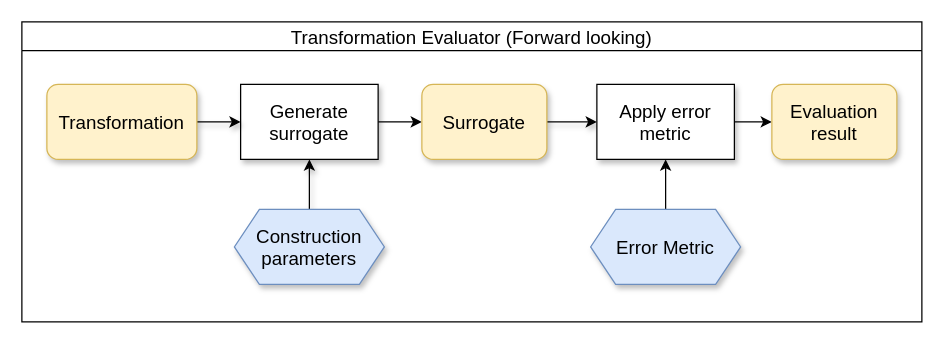
Above: graphics/TransformationEval.drawio in crschnick/Master-Thesis (draw.io), before the change. Source tidied: cells renumbered, new cells numbered last; positions are measured from the earlier drawing's top-left corner, leaving out a move shared by most shapes. Both pictures are drawn from the tidied source at 125%, with x=0, y=0 at pixel (21, 21).
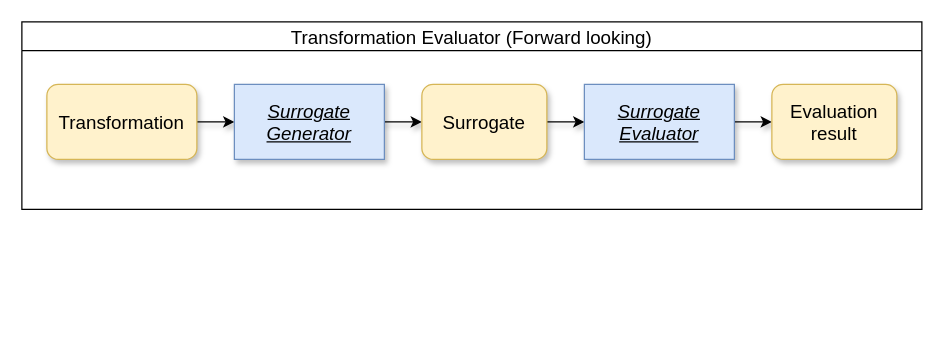
The same page after the edit.

Change to the diagram source:
```diff
@@
 <mxGraphModel>
   <root>
     <mxCell id="0" />
     <mxCell id="1" parent="0" />
     <mxCell id="2" value="Transformation Evaluator (Forward looking)" style="swimlane;sketch=0;startSize=23;fontSize=15;fontStyle=0;" parent="1" vertex="1">
-      <mxGeometry width="720" height="240" as="geometry" />
+      <mxGeometry width="720" height="150" as="geometry" />
     </mxCell>
-    <mxCell id="3" style="edgeStyle=orthogonalEdgeStyle;rounded=0;jettySize=auto;html=1;entryX=0;entryY=0.5;entryDx=0;entryDy=0;" parent="2" edge="1" source="4" target="8">
-      <mxGeometry relative="1" as="geometry" />
+    <mxCell id="3" style="edgeStyle=orthogonalEdgeStyle;rounded=0;jettySize=auto;html=1;entryX=0;entryY=0.5;entryDx=0;entryDy=0;shadow=1;" parent="2" edge="1" target="8">
+      <mxGeometry relative="1" as="geometry">
+        <mxPoint x="285" y="80" as="sourcePoint" />
+      </mxGeometry>
     </mxCell>
-    <mxCell id="4" value="Generate surrogate" style="rounded=0;whiteSpace=wrap;html=1;sketch=0;fontSize=15;shadow=1;" parent="2" vertex="1">
-      <mxGeometry x="175" y="50" width="110" height="60" as="geometry" />
-    </mxCell>
-    <mxCell id="5" style="edgeStyle=orthogonalEdgeStyle;rounded=0;jettySize=auto;html=1;entryX=0;entryY=0.5;entryDx=0;entryDy=0;fontSize=15;shadow=1;" parent="2" edge="1" source="6" target="4">
+    <mxCell id="5" style="edgeStyle=orthogonalEdgeStyle;rounded=0;jettySize=auto;html=1;entryX=0;entryY=0.5;entryDx=0;entryDy=0;fontSize=15;shadow=1;" parent="2" edge="1" source="6" target="16">
       <mxGeometry relative="1" as="geometry" />
     </mxCell>
     <mxCell id="6" value="&lt;font style=&quot;font-size: 15px;&quot;&gt;Transformation&lt;/font&gt;" style="rounded=1;whiteSpace=wrap;html=1;sketch=0;fontSize=15;fillColor=#fff2cc;strokeColor=#d6b656;shadow=1;" parent="2" vertex="1">
       <mxGeometry x="20" y="50" width="120" height="60" as="geometry" />
     </mxCell>
-    <mxCell id="7" style="edgeStyle=orthogonalEdgeStyle;rounded=0;jettySize=auto;html=1;entryX=0;entryY=0.5;entryDx=0;entryDy=0;fontSize=15;shadow=1;" parent="2" edge="1" source="8" target="10">
+    <mxCell id="7" style="edgeStyle=orthogonalEdgeStyle;rounded=0;jettySize=auto;html=1;entryX=0;entryY=0.5;entryDx=0;entryDy=0;fontSize=15;shadow=1;" parent="2" edge="1" source="8" target="17">
       <mxGeometry relative="1" as="geometry" />
     </mxCell>
     <mxCell id="8" value="&lt;font style=&quot;font-size: 15px;&quot;&gt;Surrogate&lt;/font&gt;" style="rounded=1;whiteSpace=wrap;html=1;sketch=0;fontSize=15;fillColor=#fff2cc;strokeColor=#d6b656;shadow=1;" parent="2" vertex="1">
       <mxGeometry x="320" y="50" width="100" height="60" as="geometry" />
     </mxCell>
-    <mxCell id="9" style="edgeStyle=orthogonalEdgeStyle;rounded=0;jettySize=auto;html=1;entryX=0;entryY=0.5;entryDx=0;entryDy=0;" parent="2" edge="1" source="10" target="11">
-      <mxGeometry relative="1" as="geometry" />
+    <mxCell id="9" style="edgeStyle=orthogonalEdgeStyle;rounded=0;jettySize=auto;html=1;entryX=0;entryY=0.5;entryDx=0;entryDy=0;shadow=1;" parent="2" edge="1" target="11">
+      <mxGeometry relative="1" as="geometry">
+        <mxPoint x="570" y="80" as="sourcePoint" />
+      </mxGeometry>
     </mxCell>
-    <mxCell id="10" value="Apply error metric" style="rounded=0;whiteSpace=wrap;html=1;sketch=0;fontSize=15;shadow=1;" parent="2" vertex="1">
-      <mxGeometry x="460" y="50" width="110" height="60" as="geometry" />
-    </mxCell>
     <mxCell id="11" value="&lt;font style=&quot;font-size: 15px&quot;&gt;Evaluation result&lt;/font&gt;" style="rounded=1;whiteSpace=wrap;html=1;sketch=0;fontSize=15;fillColor=#fff2cc;strokeColor=#d6b656;shadow=1;" parent="2" vertex="1">
       <mxGeometry x="600" y="50" width="100" height="60" as="geometry" />
     </mxCell>
-    <mxCell id="12" style="edgeStyle=orthogonalEdgeStyle;rounded=0;jettySize=auto;html=1;entryX=0.5;entryY=1;entryDx=0;entryDy=0;fontSize=15;shadow=1;" parent="2" edge="1" source="13" target="4">
-      <mxGeometry relative="1" as="geometry" />
-    </mxCell>
-    <mxCell id="13" value="&lt;span&gt;Construction&lt;/span&gt;&lt;br&gt;&lt;span&gt;parameters&lt;/span&gt;" style="shape=hexagon;perimeter=hexagonPerimeter2;whiteSpace=wrap;html=1;fixedSize=1;fontSize=15;fillColor=#dae8fc;strokeColor=#6c8ebf;shadow=1;" parent="2" vertex="1">
-      <mxGeometry x="170" y="150" width="120" height="60" as="geometry" />
-    </mxCell>
-    <mxCell id="14" style="edgeStyle=orthogonalEdgeStyle;rounded=0;jettySize=auto;html=1;" parent="2" edge="1" source="15" target="10">
-      <mxGeometry relative="1" as="geometry" />
-    </mxCell>
-    <mxCell id="15" value="Error Metric" style="shape=hexagon;perimeter=hexagonPerimeter2;whiteSpace=wrap;html=1;fixedSize=1;fontSize=15;fillColor=#dae8fc;strokeColor=#6c8ebf;shadow=1;" parent="2" vertex="1">
-      <mxGeometry x="455" y="150" width="120" height="60" as="geometry" />
-    </mxCell>
+    <mxCell id="16" value="&lt;u style=&quot;font-size: 15px&quot;&gt;&lt;i style=&quot;font-size: 15px&quot;&gt;Surrogate Generator&lt;/i&gt;&lt;/u&gt;" style="rounded=0;whiteSpace=wrap;html=1;sketch=0;fillColor=#dae8fc;strokeColor=#6c8ebf;fontSize=15;shadow=1;" parent="2" vertex="1">
+      <mxGeometry x="170" y="50" width="120" height="60" as="geometry" />
+    </mxCell>
+    <mxCell id="17" value="&lt;u style=&quot;font-size: 15px&quot;&gt;&lt;i style=&quot;font-size: 15px&quot;&gt;Surrogate Evaluator&lt;/i&gt;&lt;/u&gt;" style="rounded=0;whiteSpace=wrap;html=1;sketch=0;fillColor=#dae8fc;strokeColor=#6c8ebf;fontSize=15;shadow=1;" parent="2" vertex="1">
+      <mxGeometry x="450" y="50" width="120" height="60" as="geometry" />
+    </mxCell>
   </root>
 </mxGraphModel>
```
